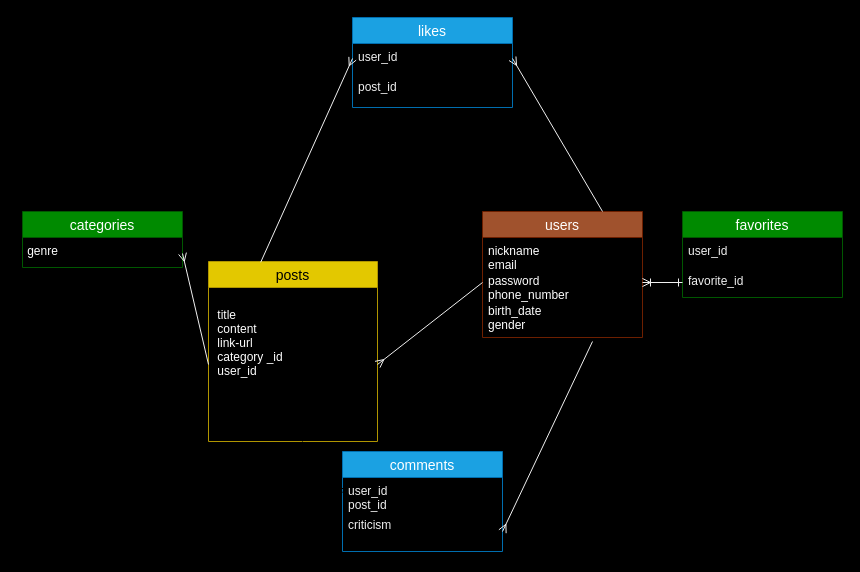
The draw.io diagram ER.dio in k-en7188i/original-app1, before the edit. Source tidied: cells renumbered, new cells numbered last; positions are measured from the earlier drawing's top-left corner, leaving out a move shared by most shapes. Both pictures are drawn from the tidied source at 100%, with x=0, y=0 at pixel (17, 17).
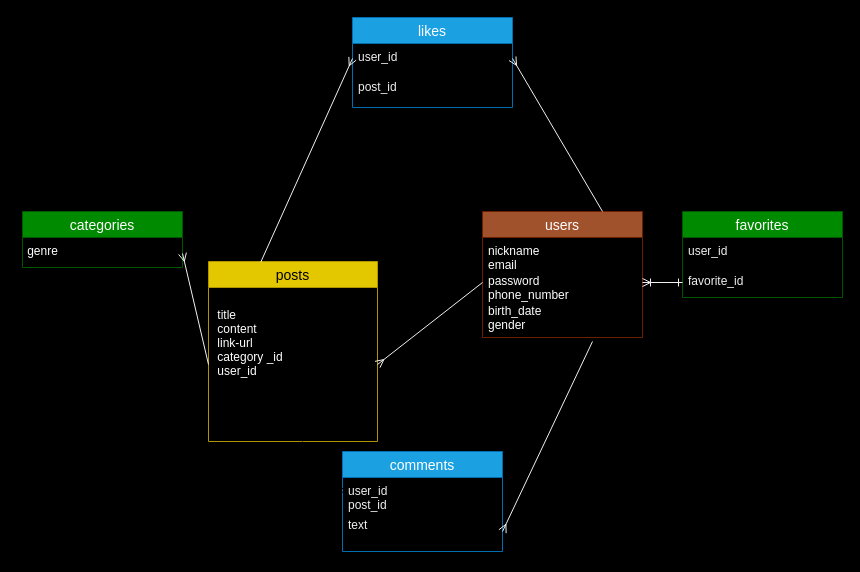
The same page after the edit.

Unchanged cells that the change refers to:
```xml
<mxCell id="4" value="comments" style="swimlane;fontStyle=0;horizontal=1;startSize=26;align=center;fontSize=14;fillColor=#1ba1e2;fontColor=#ffffff;strokeColor=#006EAF;" parent="1" vertex="1">
  <mxGeometry x="325" y="434" width="160" height="100" as="geometry" />
</mxCell>
```

The edit, as a diff of the source:
```diff
@@
-    <mxCell id="6" value="criticism&#10;&#10;" style="text;strokeColor=none;fillColor=none;spacingLeft=4;spacingRight=4;overflow=hidden;points=[[0,0.5],[1,0.5]];portConstraint=eastwest;fontSize=12;fontColor=#F0F0F0;" parent="4" vertex="1">
+    <mxCell id="6" value="text&#10;" style="text;strokeColor=none;fillColor=none;spacingLeft=4;spacingRight=4;overflow=hidden;points=[[0,0.5],[1,0.5]];portConstraint=eastwest;fontSize=12;fontColor=#F0F0F0;" parent="4" vertex="1">
       <mxGeometry y="60" width="160" height="40" as="geometry" />
     </mxCell>
```
